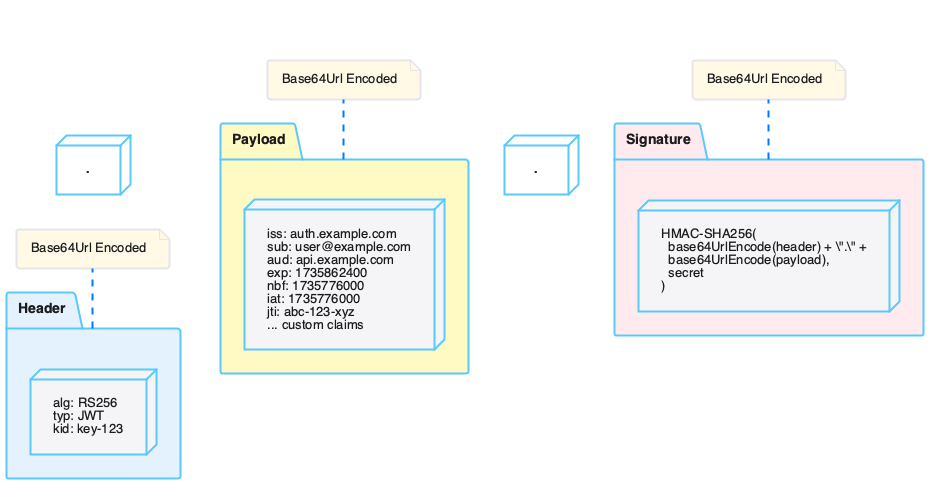
This is doc/plantuml/token-structure.png from cuioss/TokenSheriff, a PlantUML export, as it was before one commit. Its diagram source:
```plantuml
@startuml
!include plantuml.skin

title JWT Token Format: Header.Payload.Signature

left to right direction

package "Header" #E3F2FD {
  node "alg: RS256\ntyp: JWT\nkid: key-123" as h1
}

node "  **.**  " as dot1 #FFFFFF

package "Payload" #FFF9C4 {
  node "iss: auth.example.com\nsub: user@example.com\naud: api.example.com\nexp: 1735862400\nnbf: 1735776000\niat: 1735776000\njti: abc-123-xyz\n... custom claims" as p1
}

node "  **.**  " as dot2 #FFFFFF

package "Signature" #FFEBEE {
  node "HMAC-SHA256(\n  base64UrlEncode(header) + \".\" +\n  base64UrlEncode(payload),\n  secret\n)" as s1
}

Header -[hidden]-> dot1
dot1 -[hidden]-> Payload
Payload -[hidden]-> dot2
dot2 -[hidden]-> Signature

note bottom of Header
  Base64Url Encoded
end note

note bottom of Payload
  Base64Url Encoded
end note

note bottom of Signature
  Base64Url Encoded
end note

@enduml
```
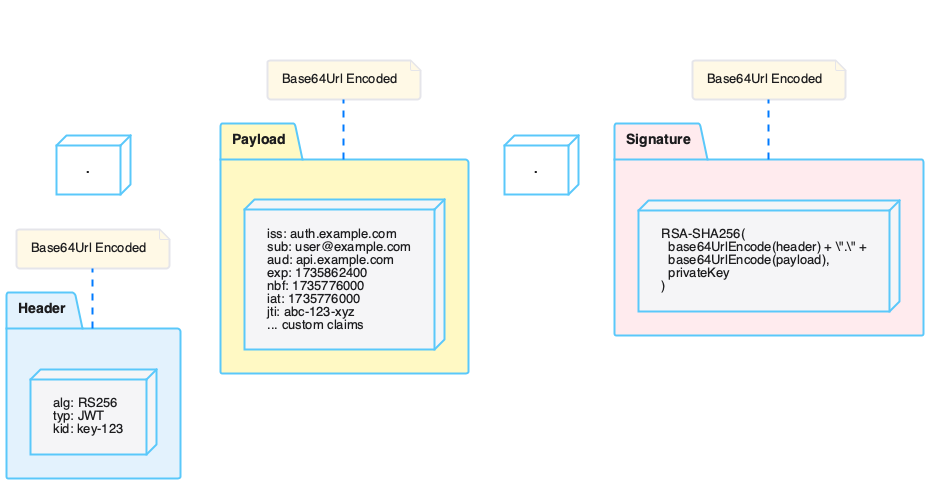
Above is the later version.

The edit, as a diff of the source:
```diff
@@ -18,7 +18,7 @@
 node "  **.**  " as dot2 #FFFFFF
 
 package "Signature" #FFEBEE {
-  node "HMAC-SHA256(\n  base64UrlEncode(header) + \".\" +\n  base64UrlEncode(payload),\n  secret\n)" as s1
+  node "RSA-SHA256(\n  base64UrlEncode(header) + \".\" +\n  base64UrlEncode(payload),\n  privateKey\n)" as s1
 }
 
 Header -[hidden]-> dot1
```
